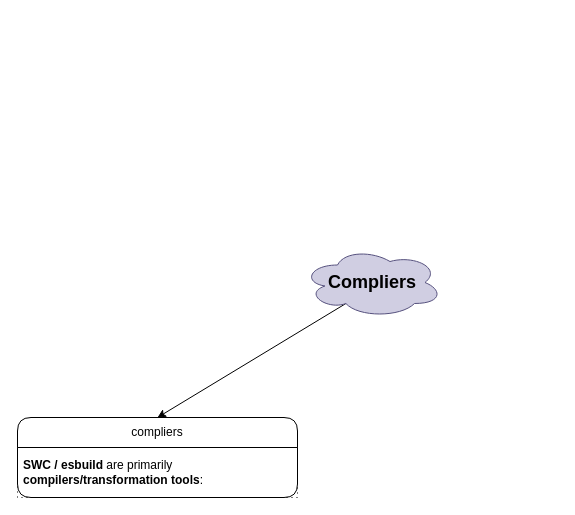
Above: others/compilers/compliers.dio in knkrn5/Programming-Concepts (draw.io), before the change. Source tidied: cells renumbered, new cells numbered last; positions are measured from the earlier drawing's top-left corner, leaving out a move shared by most shapes. Both pictures are drawn from the tidied source at 100%, with x=0, y=0 at pixel (17, 247).
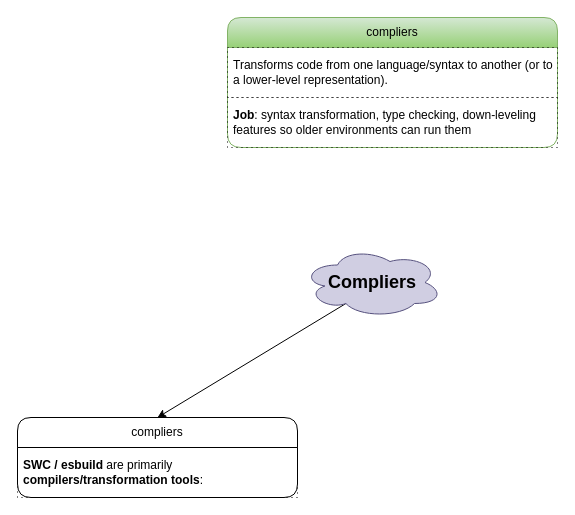
The same page after the edit.

Commit message (it also covers changes not shown here):
Enhance compliers diagram: Update dimensions and add detailed descriptions for functionality and job roles in compliers. Adjust SVG representation to reflect changes in layout and content.

The edit, as a diff of the source:
```diff
@@
 <mxGraphModel background="#ffffff">
   <root>
     <mxCell id="0" />
     <mxCell id="1" parent="0" />
     <mxCell id="2" style="edgeStyle=none;html=1;exitX=0.31;exitY=0.8;exitDx=0;exitDy=0;exitPerimeter=0;entryX=0.5;entryY=0;entryDx=0;entryDy=0;" parent="1" edge="1" source="3" target="4">
       <mxGeometry relative="1" as="geometry" />
     </mxCell>
     <mxCell id="3" value="&lt;font style=&quot;font-size: 18px;&quot;&gt;&lt;b&gt;Compliers&lt;/b&gt;&lt;/font&gt;" style="ellipse;shape=cloud;whiteSpace=wrap;html=1;fillColor=#d0cee2;strokeColor=#56517e;" parent="1" vertex="1">
       <mxGeometry x="285" width="140" height="70" as="geometry" />
     </mxCell>
     <mxCell id="4" value="compliers" style="swimlane;fontStyle=0;horizontal=1;startSize=30;whiteSpace=wrap;html=1;rounded=1;" parent="1" vertex="1">
       <mxGeometry y="170" width="280" height="80" as="geometry" />
     </mxCell>
     <mxCell id="5" value="&lt;strong&gt;SWC / esbuild&lt;/strong&gt; are primarily &lt;strong&gt;compilers/transformation tools&lt;/strong&gt;:" style="text;strokeColor=default;fillColor=none;align=left;verticalAlign=middle;spacingLeft=4;spacingRight=4;overflow=hidden;whiteSpace=wrap;html=1;dashed=1;dashPattern=1 4;" parent="4" vertex="1">
       <mxGeometry y="30" width="280" height="50" as="geometry" />
     </mxCell>
+    <mxCell id="6" value="compliers" style="swimlane;fontStyle=0;horizontal=1;startSize=30;whiteSpace=wrap;html=1;rounded=1;fillColor=#d5e8d4;gradientColor=#97d077;strokeColor=#82b366;" parent="1" vertex="1">
+      <mxGeometry x="210" y="-230" width="330" height="130" as="geometry" />
+    </mxCell>
+    <mxCell id="7" value="Transforms code from one language/syntax to another (or to a lower-level representation)." style="text;strokeColor=default;fillColor=none;align=left;verticalAlign=middle;spacingLeft=4;spacingRight=4;overflow=hidden;whiteSpace=wrap;html=1;dashed=1;dashPattern=1 4;" parent="6" vertex="1">
+      <mxGeometry y="30" width="330" height="50" as="geometry" />
+    </mxCell>
+    <mxCell id="8" value="&lt;strong&gt;Job&lt;/strong&gt;: syntax transformation, type checking, down-leveling features so older environments can run them" style="text;strokeColor=default;fillColor=none;align=left;verticalAlign=middle;spacingLeft=4;spacingRight=4;overflow=hidden;whiteSpace=wrap;html=1;dashed=1;dashPattern=1 4;" parent="6" vertex="1">
+      <mxGeometry y="80" width="330" height="50" as="geometry" />
+    </mxCell>
   </root>
 </mxGraphModel>
```
